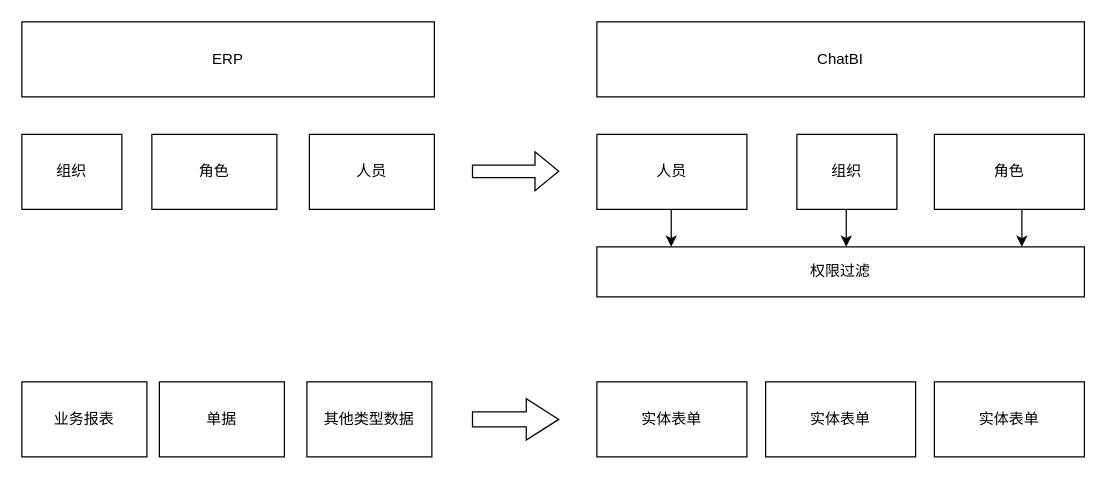
Earlier version of the draw.io diagram 用户权限同步.drawio (zousiquan/design-drawing). Source tidied: cells renumbered, new cells numbered last; positions are measured from the earlier drawing's top-left corner, leaving out a move shared by most shapes. Both pictures are drawn from the tidied source at 125%, with x=0, y=0 at pixel (21, 21).
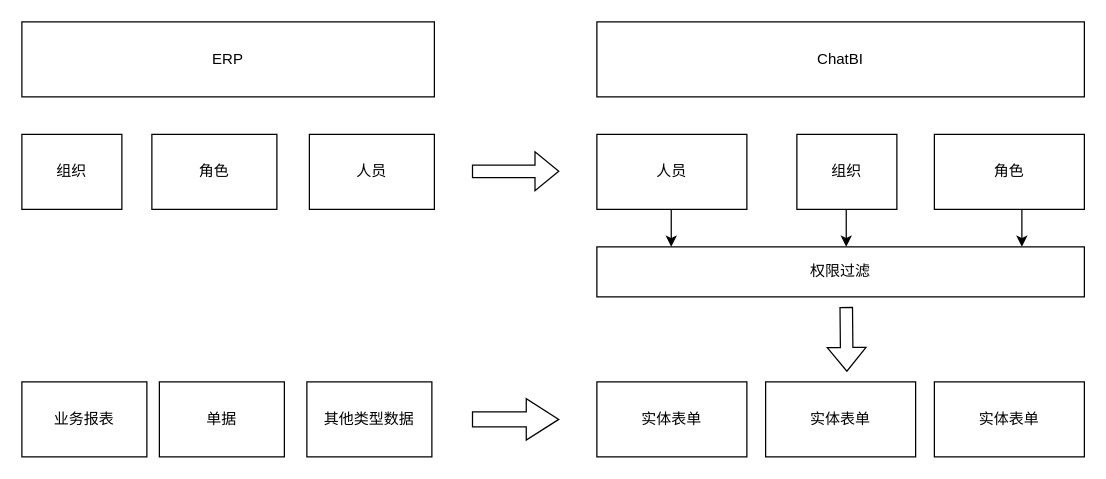
The same diagram, later.

Commit message:
更新用户权限同步.drawio

Change to the diagram source:
```diff
@@
+    <mxCell id="22" style="shape=flexArrow;endArrow=classic;html=1;rounded=0;" parent="1" edge="1">
+      <mxGeometry relative="1" as="geometry">
+        <mxPoint x="659.5" y="228" as="sourcePoint" />
+        <mxPoint x="660" y="280" as="targetPoint" />
+      </mxGeometry>
+    </mxCell>
```
